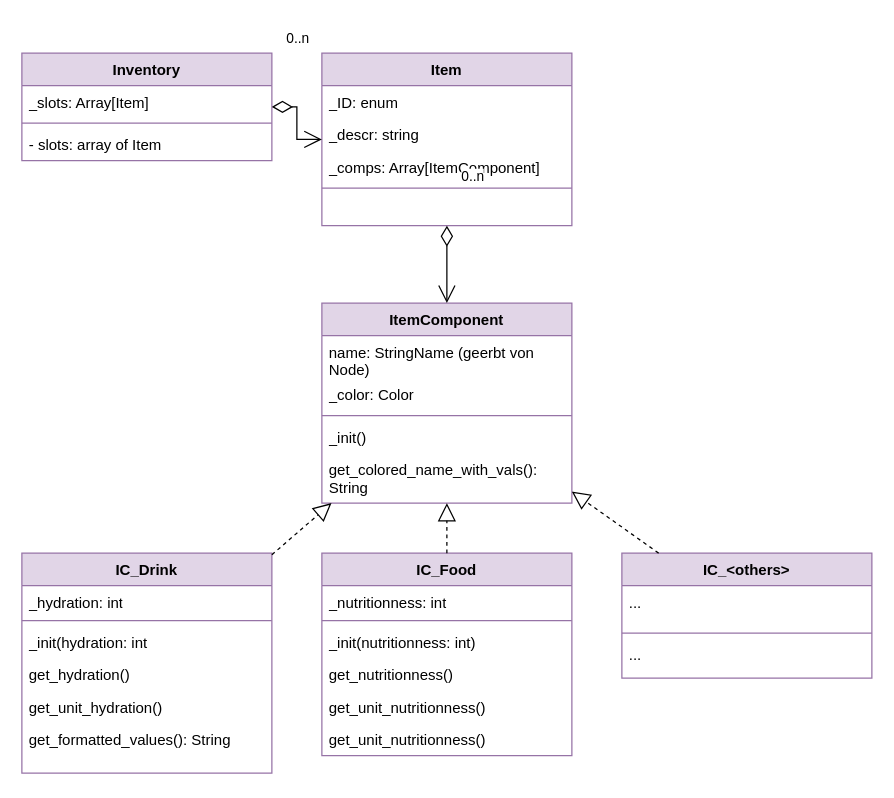
This is page "Item_and_Inventory" (2 of 5) of doc/emergenCITY_SEArchitecture.drawio from Spexify/emergenCity, a draw.io file, before an edit. Source tidied: cells renumbered, new cells numbered last; positions are measured from the earlier drawing's top-left corner, leaving out a move shared by most shapes. Both pictures are drawn from the tidied source at 125%, with x=0, y=0 at pixel (21, 52).
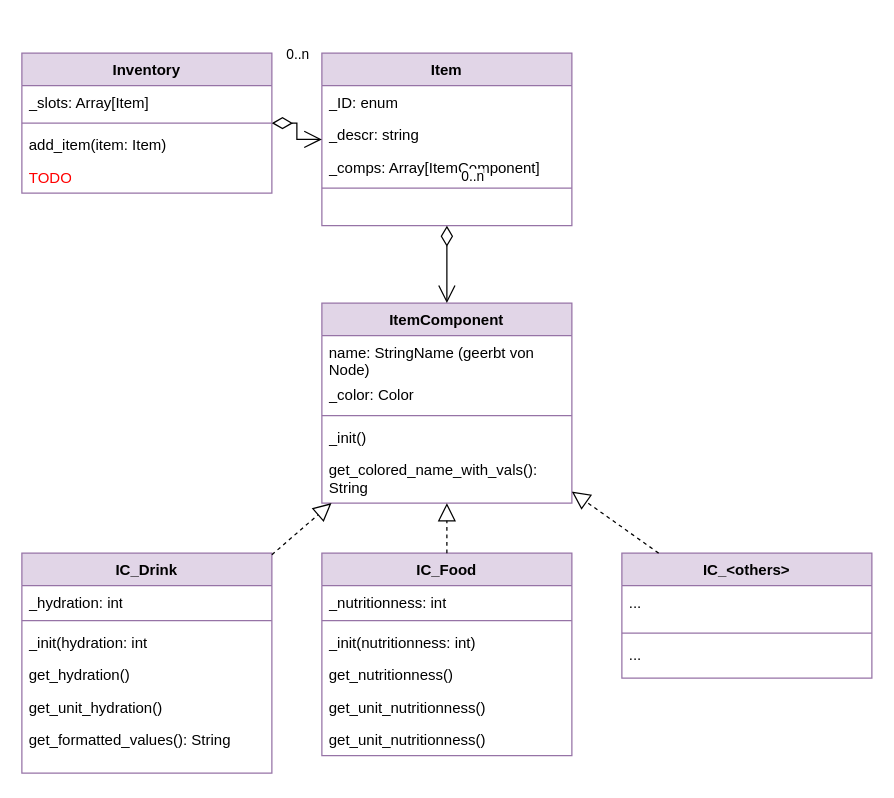
After the change.

Diff of the diagram source:
```diff
@@
     <mxCell id="2" value="Inventory" style="swimlane;fontStyle=1;align=center;verticalAlign=top;horizontal=1;startSize=26;whiteSpace=wrap;html=1;fillColor=#e1d5e7;strokeColor=#9673a6;" parent="1" vertex="1">
-      <mxGeometry width="200" height="86" as="geometry" />
+      <mxGeometry width="200" height="112" as="geometry" />
     </mxCell>
@@
-    <mxCell id="5" value="- slots: array of Item" style="text;strokeColor=none;fillColor=none;align=left;verticalAlign=top;spacingLeft=4;spacingRight=4;overflow=hidden;whiteSpace=wrap;html=1;" parent="2" vertex="1">
-      <mxGeometry y="60" width="200" height="26" as="geometry" />
-    </mxCell>
+    <mxCell id="43" value="add_item(item: Item)" style="text;strokeColor=none;fillColor=none;align=left;verticalAlign=top;spacingLeft=4;spacingRight=4;overflow=hidden;whiteSpace=wrap;html=1;" parent="2" vertex="1">
+      <mxGeometry y="60" width="200" height="26" as="geometry" />
+    </mxCell>
+    <mxCell id="44" value="&lt;font color=&quot;#ff0000&quot;&gt;TODO&lt;/font&gt;" style="text;strokeColor=none;fillColor=none;align=left;verticalAlign=top;spacingLeft=4;spacingRight=4;overflow=hidden;whiteSpace=wrap;html=1;" parent="2" vertex="1">
+      <mxGeometry y="86" width="200" height="26" as="geometry" />
+    </mxCell>
```
